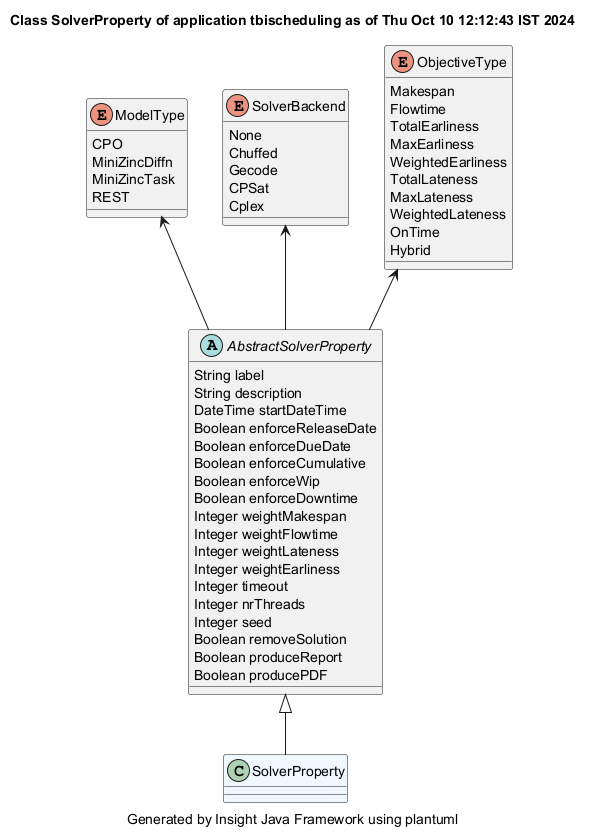
This is demonstrator/tbischeduling/site/plantuml/SolverProperty.png from hsimonis/schedulingtraining, a PlantUML export, as it was before one commit.
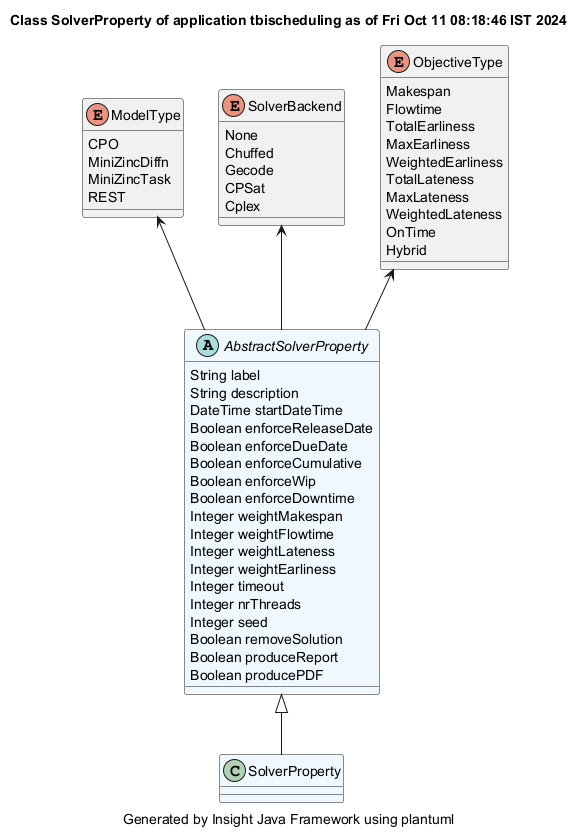
The same file after the commit.

What changed in the source:
```diff
@@ -1,10 +1,10 @@
 @startuml
-title Class SolverProperty of application tbischeduling as of Thu Oct 10 12:12:43 IST 2024
+title Class SolverProperty of application tbischeduling as of Fri Oct 11 08:18:46 IST 2024
 caption Generated by Insight Java Framework using plantuml
 class SolverProperty #aliceblue
 
 AbstractSolverProperty <|-- SolverProperty
-abstract AbstractSolverProperty
+abstract AbstractSolverProperty #aliceblue
 AbstractSolverProperty : String label
 AbstractSolverProperty : String description
 AbstractSolverProperty : DateTime startDateTime
```
